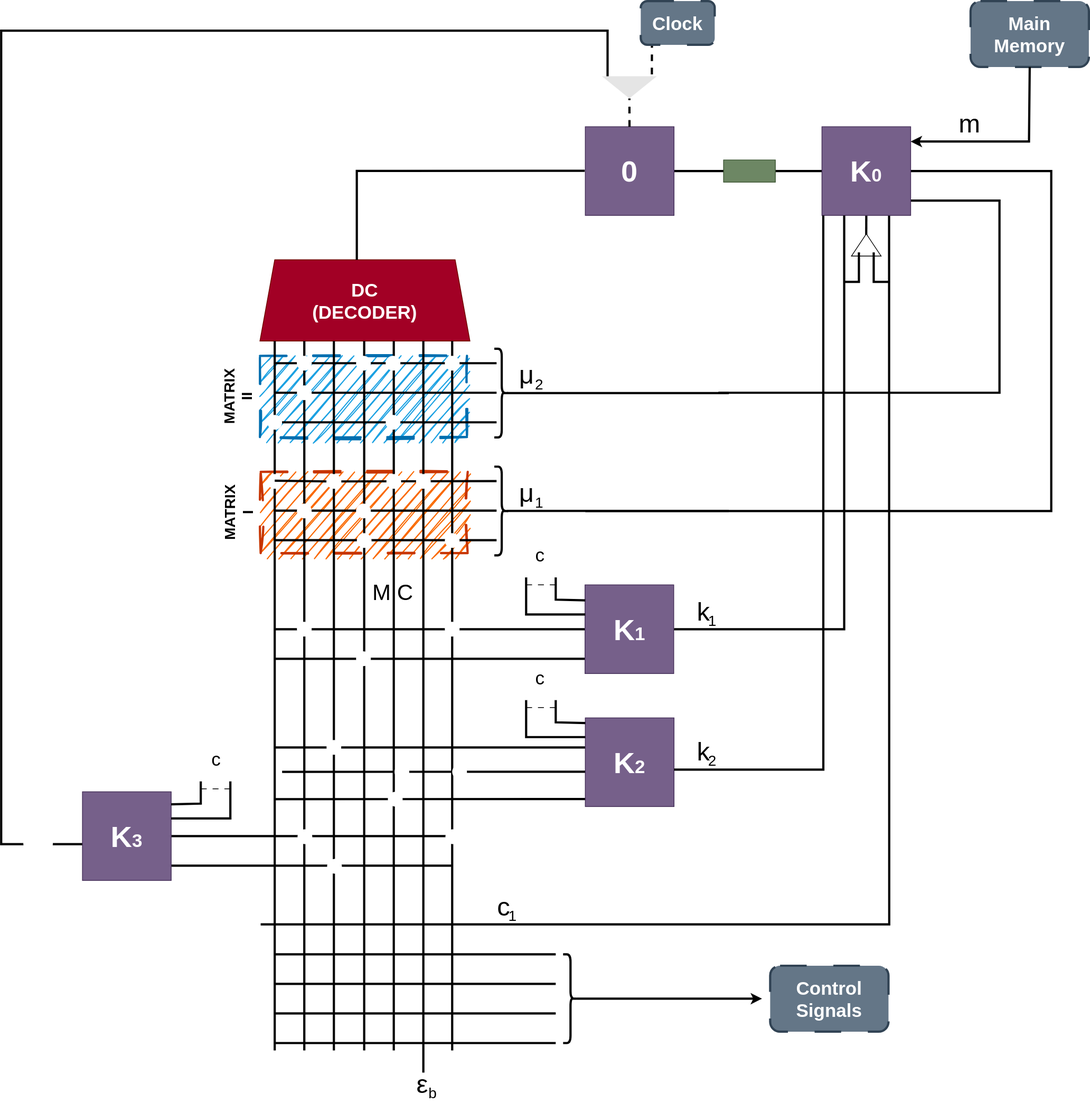
Earlier version of the draw.io export resources/cep_maincontrolunit.svg (Sallo97/cep_technical_reference). Source tidied: cells renumbered, new cells last; positions are measured from the earlier drawing's top-left corner, leaving out a move shared by most shapes.
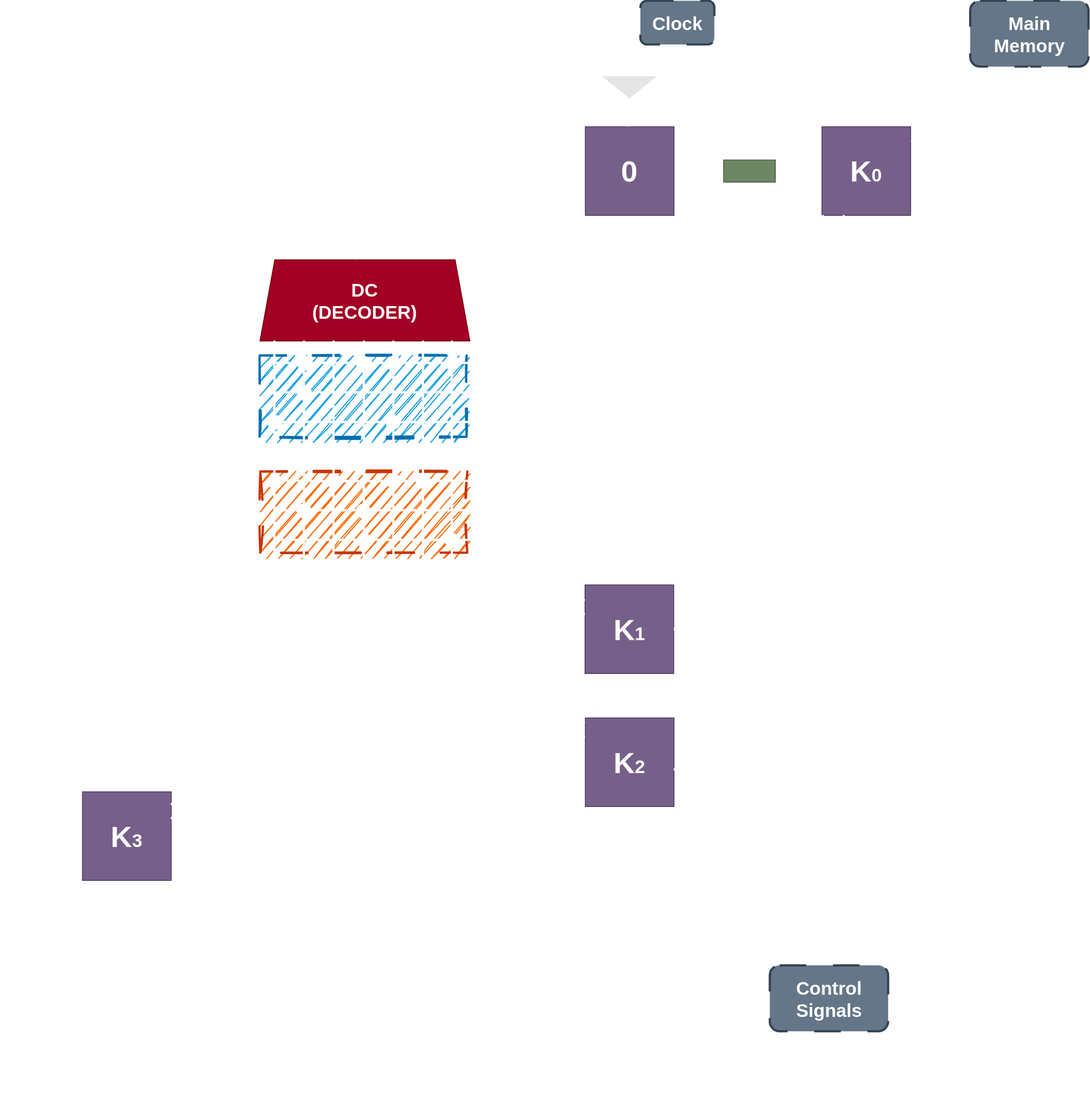
Later version of the same file.

What changed in the source:
```diff
@@ -292,7 +292,7 @@
     </mxCell>
     <mxCell id="67" style="endArrow=none;html=1;rounded=0;strokeWidth=3;entryX=0.915;entryY=1.005;entryDx=0;entryDy=0;entryPerimeter=0;" parent="1" edge="1">
       <mxGeometry relative="1" as="geometry">
-        <mxPoint x="351" y="1249.4" as="sourcePoint" />
+        <mxPoint x="370" y="1249" as="sourcePoint" />
         <mxPoint x="1200.8" y="290" as="targetPoint" />
         <Array as="points">
           <mxPoint x="1201" y="1249.4" />
@@ -594,5 +594,38 @@
     <mxCell id="133" value="&lt;font style=&quot;font-size: 30px;&quot;&gt;M C&lt;/font&gt;" style="text;html=1;whiteSpace=wrap;strokeColor=none;fillColor=none;align=center;verticalAlign=middle;rounded=0;" parent="1" vertex="1">
       <mxGeometry x="490" y="780" width="80" height="40" as="geometry" />
     </mxCell>
+    <mxCell id="134" style="ellipse;whiteSpace=wrap;html=1;strokeColor=none;fillColor=#FFFFFF;rotation=-5;" parent="1" vertex="1">
+      <mxGeometry x="560.8" y="1238.8" width="20" height="20" as="geometry" />
+    </mxCell>
+    <mxCell id="135" style="ellipse;whiteSpace=wrap;html=1;strokeColor=none;fillColor=#FFFFFF;rotation=0;" parent="1" vertex="1">
+      <mxGeometry x="561.8" y="1280.8" width="20" height="20" as="geometry" />
+    </mxCell>
+    <mxCell id="136" style="ellipse;whiteSpace=wrap;html=1;strokeColor=none;fillColor=#FFFFFF;rotation=0;" parent="1" vertex="1">
+      <mxGeometry x="522" y="1281" width="20" height="20" as="geometry" />
+    </mxCell>
+    <mxCell id="137" style="ellipse;whiteSpace=wrap;html=1;strokeColor=none;fillColor=#FFFFFF;rotation=0;" parent="1" vertex="1">
+      <mxGeometry x="482" y="1281" width="20" height="20" as="geometry" />
+    </mxCell>
+    <mxCell id="138" style="ellipse;whiteSpace=wrap;html=1;strokeColor=none;fillColor=#FFFFFF;rotation=0;" parent="1" vertex="1">
+      <mxGeometry x="360" y="1280" width="20" height="20" as="geometry" />
+    </mxCell>
+    <mxCell id="139" style="ellipse;whiteSpace=wrap;html=1;strokeColor=none;fillColor=#FFFFFF;rotation=0;" parent="1" vertex="1">
+      <mxGeometry x="521" y="1321" width="20" height="20" as="geometry" />
+    </mxCell>
+    <mxCell id="140" style="ellipse;whiteSpace=wrap;html=1;strokeColor=none;fillColor=#FFFFFF;rotation=0;" parent="1" vertex="1">
+      <mxGeometry x="600" y="1320" width="20" height="20" as="geometry" />
+    </mxCell>
+    <mxCell id="141" style="ellipse;whiteSpace=wrap;html=1;strokeColor=none;fillColor=#FFFFFF;rotation=0;" parent="1" vertex="1">
+      <mxGeometry x="521" y="1360" width="20" height="20" as="geometry" />
+    </mxCell>
+    <mxCell id="142" style="ellipse;whiteSpace=wrap;html=1;strokeColor=none;fillColor=#FFFFFF;rotation=0;" parent="1" vertex="1">
+      <mxGeometry x="440" y="1320" width="20" height="20" as="geometry" />
+    </mxCell>
+    <mxCell id="143" style="ellipse;whiteSpace=wrap;html=1;strokeColor=none;fillColor=#FFFFFF;rotation=0;" parent="1" vertex="1">
+      <mxGeometry x="400" y="1320" width="20" height="20" as="geometry" />
+    </mxCell>
+    <mxCell id="144" style="ellipse;whiteSpace=wrap;html=1;strokeColor=none;fillColor=#FFFFFF;rotation=0;" parent="1" vertex="1">
+      <mxGeometry x="440" y="1360" width="20" height="20" as="geometry" />
+    </mxCell>
   </root>
 </mxGraphModel>
```
